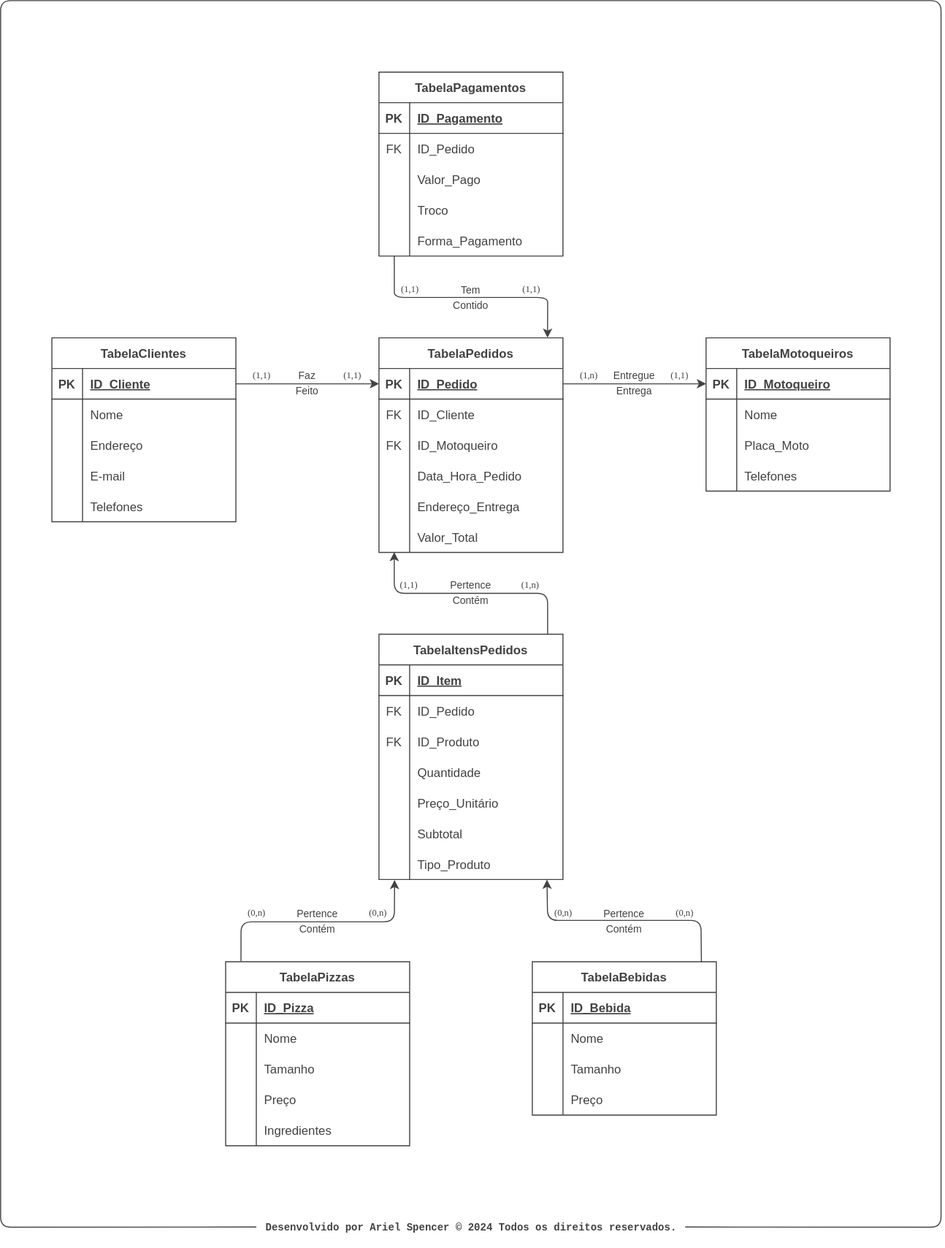
This is assets/modelo-logico-delivery-pizzaria.svg from ArielSpencer/modelagem-delivery-pizzaria, a draw.io export, as it was before one commit. Source tidied: cells renumbered, new cells last; positions are measured from the earlier drawing's top-left corner, leaving out a move shared by most shapes.
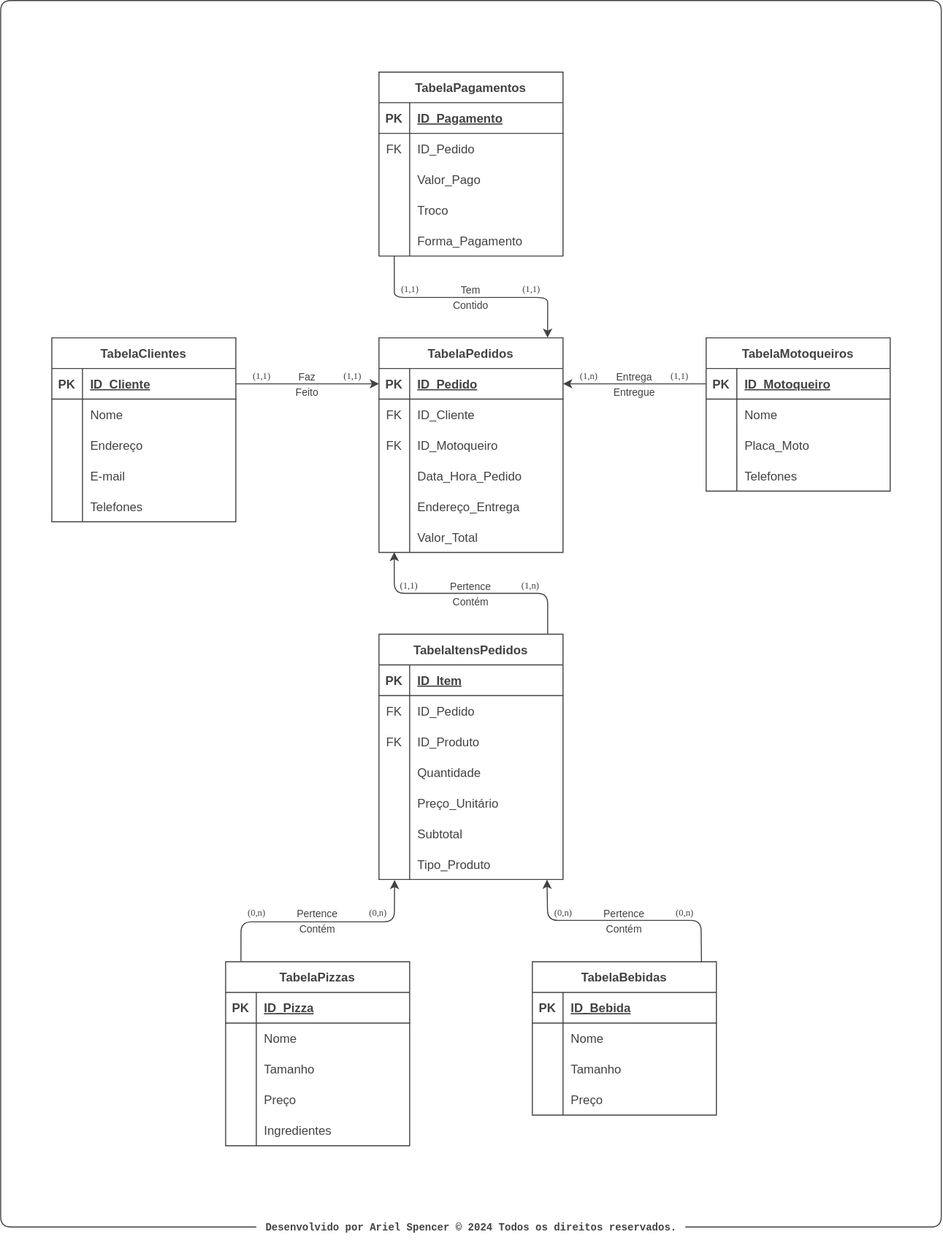
Later version of the same file.

Commit message:
fix(db): correct relationship between TabelaPedidos and TabelaMotoqueiros

Change to the diagram source:
```diff
@@ -347,13 +347,13 @@
     <mxCell id="116" value="Preço" style="shape=partialRectangle;fillColor=none;top=0;left=0;bottom=0;right=0;align=left;spacingLeft=6;overflow=hidden;strokeColor=#424242;fontColor=#424242;" parent="114" vertex="1">
       <mxGeometry x="30" width="150" height="30" as="geometry" />
     </mxCell>
-    <mxCell id="117" style="edgeStyle=none;html=1;entryX=0;entryY=0.5;entryDx=0;entryDy=0;strokeColor=#424242;exitX=1;exitY=0.5;exitDx=0;exitDy=0;" parent="1" edge="1" source="3" target="38">
+    <mxCell id="117" style="edgeStyle=none;html=1;entryX=0;entryY=0.5;entryDx=0;entryDy=0;strokeColor=#424242;exitX=1;exitY=0.5;exitDx=0;exitDy=0;startArrow=classic;startFill=1;endArrow=none;endFill=0;" parent="1" edge="1" source="3" target="38">
       <mxGeometry relative="1" as="geometry" />
     </mxCell>
-    <mxCell id="118" value="Entregue" style="text;html=1;strokeColor=none;fillColor=none;align=center;verticalAlign=middle;whiteSpace=wrap;rounded=0;fontColor=#424242;fontSize=10;" parent="1" vertex="1">
+    <mxCell id="118" value="Entrega" style="text;html=1;strokeColor=none;fillColor=none;align=center;verticalAlign=middle;whiteSpace=wrap;rounded=0;fontColor=#424242;fontSize=10;" parent="1" vertex="1">
       <mxGeometry x="560" y="360" width="120" height="15" as="geometry" />
     </mxCell>
-    <mxCell id="119" value="Entrega" style="text;html=1;strokeColor=none;fillColor=none;align=center;verticalAlign=middle;whiteSpace=wrap;rounded=0;fontColor=#424242;fontSize=10;" parent="1" vertex="1">
+    <mxCell id="119" value="Entregue" style="text;html=1;strokeColor=none;fillColor=none;align=center;verticalAlign=middle;whiteSpace=wrap;rounded=0;fontColor=#424242;fontSize=10;" parent="1" vertex="1">
       <mxGeometry x="560" y="375" width="120" height="15" as="geometry" />
     </mxCell>
     <mxCell id="120" style="edgeStyle=none;html=1;entryX=1;entryY=0.5;entryDx=0;entryDy=0;strokeColor=#424242;fontSize=10;fontColor=#424242;endArrow=none;endFill=0;startArrow=classic;startFill=1;exitX=0;exitY=0.5;exitDx=0;exitDy=0;" parent="1" edge="1" source="3" target="22">
```
